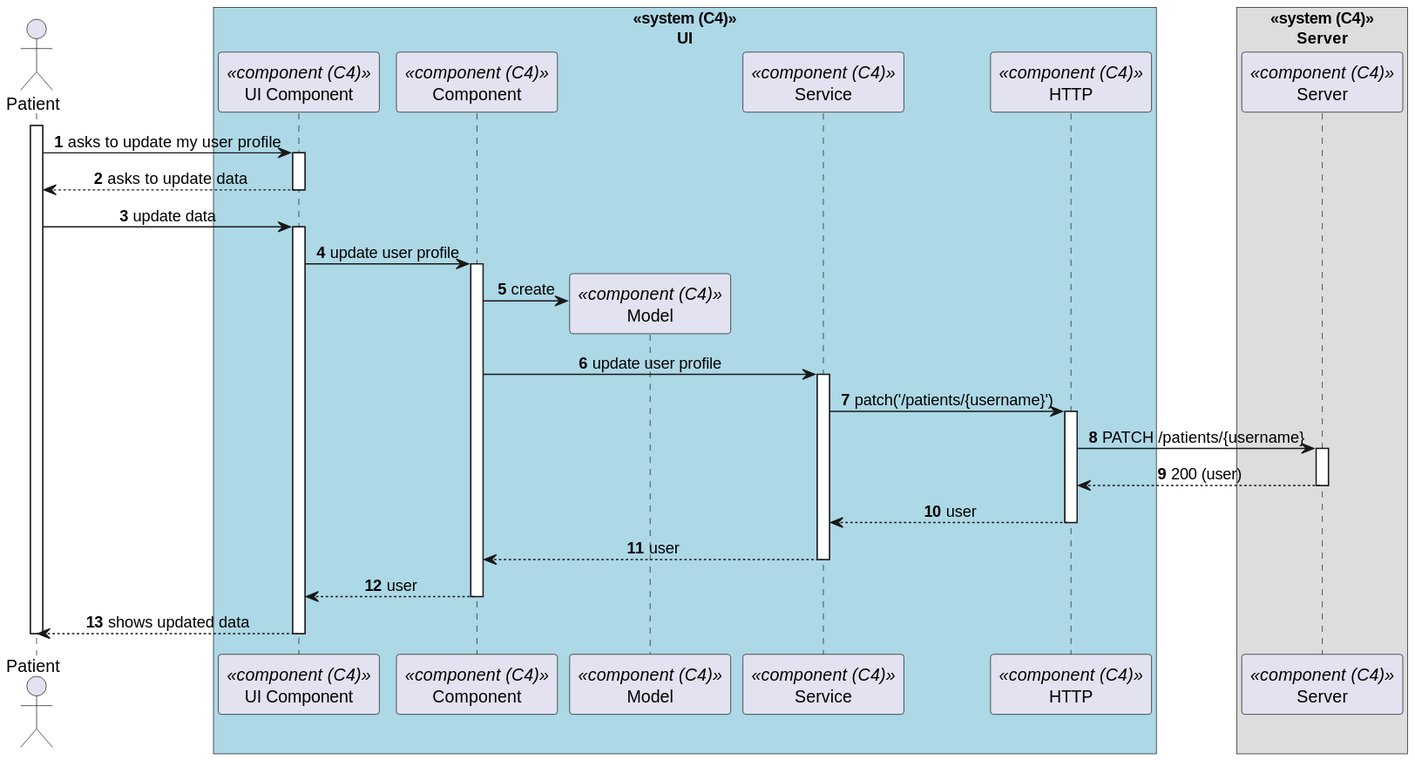
The PlantUML diagram docs/sprint-b/us-6.2.2/views/level3/process-view.svg in 1220846/sem5pi-24-25-3ddg20, before a commit. The source it was exported from:
```plantuml
@startuml
autonumber
skinparam DefaultTextAlignment center
actor Patient as "Patient"
box "<<system (C4)>>\nUI"#LightBlue
    participant ComponentUI as "UI Component" <<component (C4)>>
    participant Component as "Component" <<component (C4)>>
    participant Model as "Model" <<component (C4)>>
    participant SRV as "Service" <<component (C4)>>
    participant HTTP as "HTTP" <<component (C4)>>
end box

box "<<system (C4)>>\nServer"
  participant Server as "Server" <<component (C4)>>
end box

activate Patient

    Patient -> ComponentUI : asks to update my user profile
    activate ComponentUI

        ComponentUI --> Patient : asks to update data

    deactivate ComponentUI

    Patient -> ComponentUI : update data

    activate ComponentUI

        ComponentUI -> Component : update user profile
        activate Component

            Component -> Model** : create

            Component -> SRV : update user profile
            activate SRV

                SRV -> HTTP : patch('/patients/{username}')

                activate HTTP
                    HTTP -> Server : PATCH /patients/{username}

                    activate Server
                        Server --> HTTP : 200 (user)
                    deactivate Server

                    HTTP --> SRV : user

                deactivate HTTP

                SRV --> Component : user
            deactivate SRV

            Component --> ComponentUI : user
        deactivate Component

    Patient <-- ComponentUI : shows updated data
    deactivate ComponentUI

deactivate Patient
@enduml
```
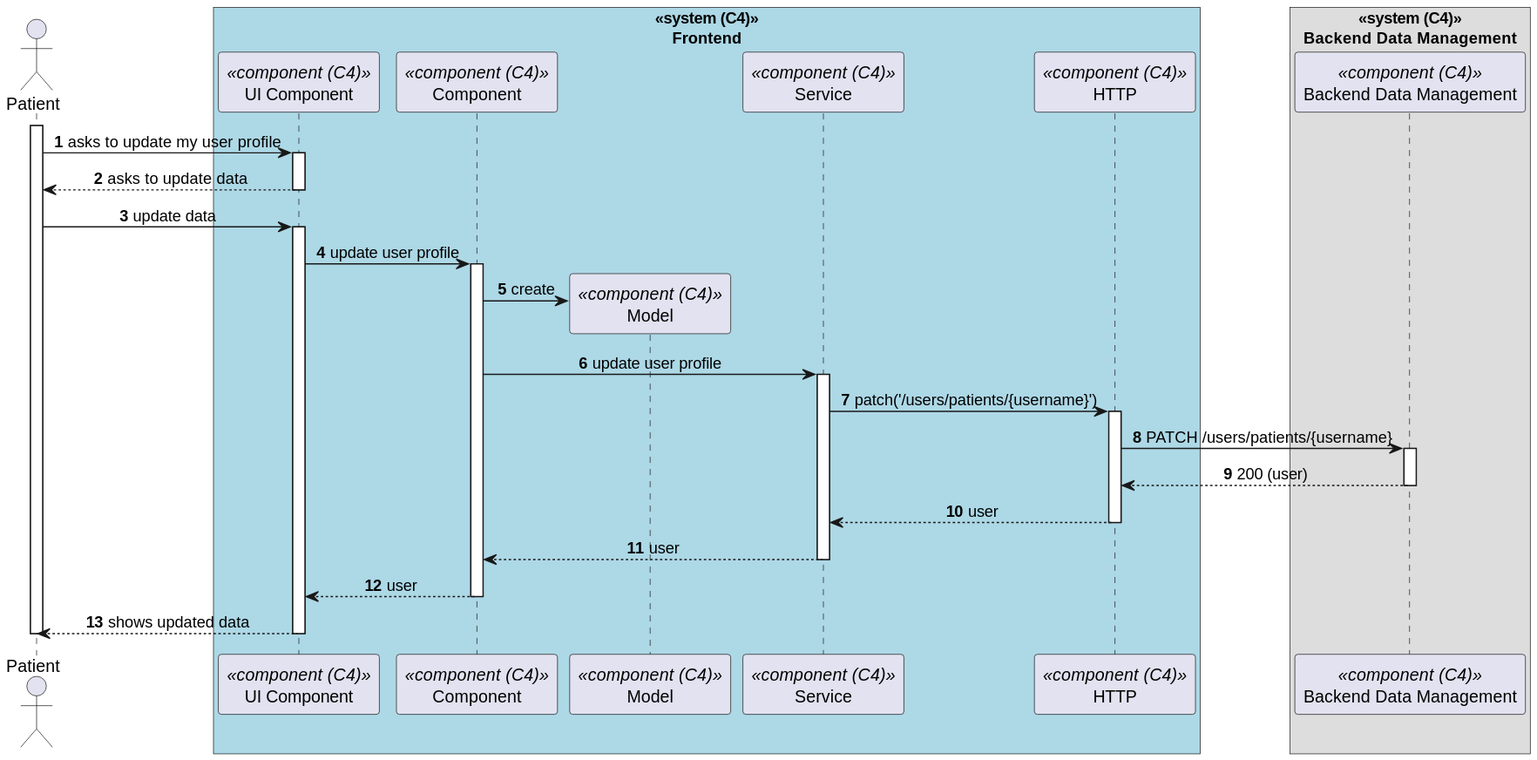
After the commit.

Change to the diagram source:
```diff
@@ -1,17 +1,18 @@
 @startuml
 autonumber
 skinparam DefaultTextAlignment center
+
 actor Patient as "Patient"
-box "<<system (C4)>>\nUI"#LightBlue
+box "<<system (C4)>>\nFrontend"#LightBlue
     participant ComponentUI as "UI Component" <<component (C4)>>
     participant Component as "Component" <<component (C4)>>
     participant Model as "Model" <<component (C4)>>
-    participant SRV as "Service" <<component (C4)>>
+    participant Service as "Service" <<component (C4)>>
     participant HTTP as "HTTP" <<component (C4)>>
 end box
 
-box "<<system (C4)>>\nServer"
-  participant Server as "Server" <<component (C4)>>
+box "<<system (C4)>>\nBackend Data Management"
+  participant BackendDataManagement as "Backend Data Management" <<component (C4)>>
 end box
 
 activate Patient
@@ -32,24 +33,24 @@
 
             Component -> Model** : create
 
-            Component -> SRV : update user profile
-            activate SRV
+            Component -> Service : update user profile
+            activate Service
 
-                SRV -> HTTP : patch('/patients/{username}')
+                Service -> HTTP : patch('/users/patients/{username}')
 
                 activate HTTP
-                    HTTP -> Server : PATCH /patients/{username}
+                    HTTP -> BackendDataManagement : PATCH /users/patients/{username}
 
-                    activate Server
-                        Server --> HTTP : 200 (user)
-                    deactivate Server
+                    activate BackendDataManagement
+                        BackendDataManagement --> HTTP : 200 (user)
+                    deactivate BackendDataManagement
 
-                    HTTP --> SRV : user
+                    HTTP --> Service : user
 
                 deactivate HTTP
 
-                SRV --> Component : user
-            deactivate SRV
+                Service --> Component : user
+            deactivate Service
 
             Component --> ComponentUI : user
         deactivate Component
```
